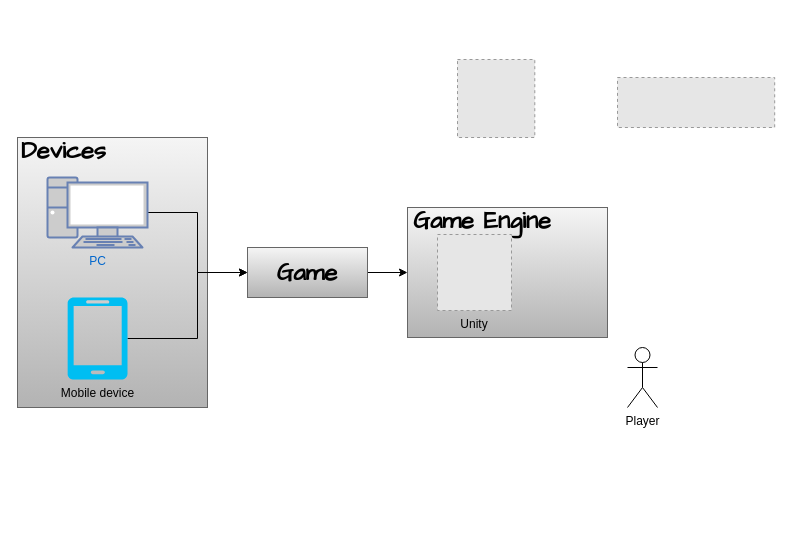
Above: flowchart.drawio in shitanshiwoerzi/test (draw.io), before the change. Source tidied: cells renumbered, new cells numbered last; positions are measured from the earlier drawing's top-left corner, leaving out a move shared by most shapes. Both pictures are drawn from the tidied source at 100%, with x=0, y=0 at pixel (17, 59). Pictures stored in the file or linked from it are replaced by grey dashed boxes.
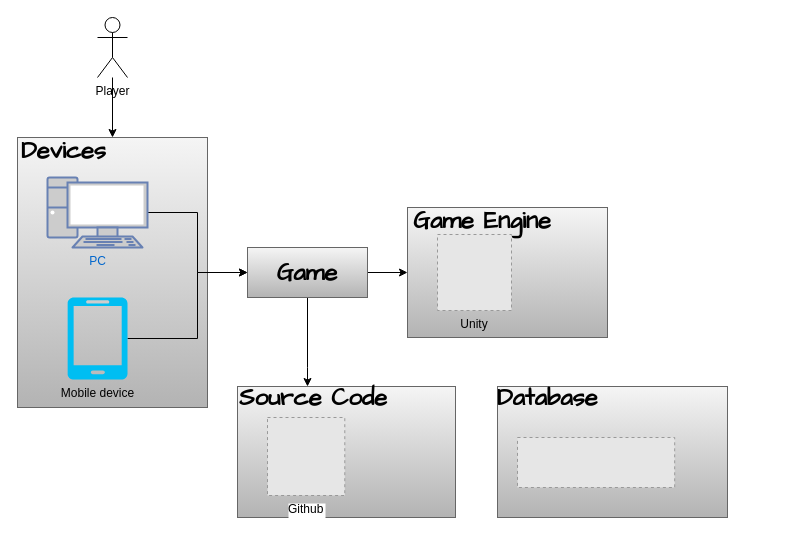
After the change.

The change refers to these unchanged cells:
```xml
<mxCell id="2" value="&lt;h1&gt;&lt;br&gt;&lt;/h1&gt;" style="rounded=0;whiteSpace=wrap;html=1;align=left;fillColor=#f5f5f5;strokeColor=#666666;gradientColor=#b3b3b3;" parent="1" vertex="1">
  <mxGeometry y="78" width="190" height="270" as="geometry" />
</mxCell>
<mxCell id="16" value="&lt;h1&gt;&lt;font face=&quot;Comic Sans MS&quot;&gt;Game&lt;/font&gt;&lt;/h1&gt;" style="rounded=0;whiteSpace=wrap;html=1;align=center;fillColor=#f5f5f5;strokeColor=#666666;gradientColor=#b3b3b3;" parent="1" vertex="1">
  <mxGeometry x="230" y="188" width="120" height="50" as="geometry" />
</mxCell>
```

What changed in the source:
```diff
@@
+    <mxCell id="17" value="&lt;h1&gt;&lt;br&gt;&lt;/h1&gt;" style="rounded=0;whiteSpace=wrap;html=1;align=left;fillColor=#f5f5f5;strokeColor=#666666;gradientColor=#b3b3b3;" parent="1" vertex="1">
+      <mxGeometry x="480" y="327" width="230" height="131" as="geometry" />
+    </mxCell>
@@
+    <mxCell id="18" style="edgeStyle=orthogonalEdgeStyle;rounded=0;jettySize=auto;html=1;" parent="1" edge="1" source="3" target="2">
+      <mxGeometry relative="1" as="geometry" />
+    </mxCell>
     <mxCell id="3" value="Player" style="shape=umlActor;verticalLabelPosition=bottom;verticalAlign=top;html=1;outlineConnect=0;" parent="1" vertex="1">
-      <mxGeometry x="610" y="288" width="30" height="60" as="geometry" />
+      <mxGeometry x="80" y="-42" width="30" height="60" as="geometry" />
     </mxCell>
-    <mxCell id="4" style="fillColor=#E6E6E6;strokeColor=#999999;dashed=1;verticalLabelPosition=bottom;labelBackgroundColor=#ffffff;verticalAlign=top;" parent="1" vertex="1">
-      <mxGeometry x="440" width="77.3" height="78" as="geometry" />
-    </mxCell>
     <mxCell id="5" style="fillColor=#E6E6E6;strokeColor=#999999;dashed=1;verticalLabelPosition=bottom;labelBackgroundColor=#ffffff;verticalAlign=top;" parent="1" vertex="1">
-      <mxGeometry x="600" y="18" width="157.2" height="50" as="geometry" />
+      <mxGeometry x="500" y="378" width="157.2" height="50" as="geometry" />
     </mxCell>
@@
+    <mxCell id="19" style="edgeStyle=orthogonalEdgeStyle;rounded=0;jettySize=auto;html=1;" parent="1" edge="1" source="16" target="21">
+      <mxGeometry relative="1" as="geometry">
+        <Array as="points">
+          <mxPoint x="290" y="308" />
+          <mxPoint x="290" y="308" />
+        </Array>
+      </mxGeometry>
+    </mxCell>
@@
+    <mxCell id="20" style="group;" parent="1" vertex="1">
+      <mxGeometry x="220" y="327" width="218" height="131" as="geometry" />
+    </mxCell>
+    <mxCell id="21" value="&lt;h1&gt;&lt;br&gt;&lt;/h1&gt;" style="rounded=0;whiteSpace=wrap;html=1;align=center;fillColor=#f5f5f5;strokeColor=#666666;gradientColor=#b3b3b3;" parent="20" vertex="1">
+      <mxGeometry width="218" height="131" as="geometry" />
+    </mxCell>
+    <mxCell id="4" value="Github" style="fillColor=#E6E6E6;strokeColor=#999999;dashed=1;verticalLabelPosition=bottom;labelBackgroundColor=#ffffff;verticalAlign=top;" parent="20" vertex="1">
+      <mxGeometry x="30" y="31" width="77.3" height="78" as="geometry" />
+    </mxCell>
+    <mxCell id="22" value="&lt;h1&gt;&lt;font face=&quot;Comic Sans MS&quot;&gt;Source Code&lt;/font&gt;&lt;/h1&gt;" style="text;html=1;strokeColor=none;fillColor=none;align=left;verticalAlign=middle;whiteSpace=wrap;rounded=0;" parent="20" vertex="1">
+      <mxGeometry y="1" width="170" height="20" as="geometry" />
+    </mxCell>
+    <mxCell id="23" value="&lt;h1&gt;&lt;font face=&quot;Comic Sans MS&quot;&gt;Database&lt;/font&gt;&lt;/h1&gt;" style="text;html=1;strokeColor=none;fillColor=none;align=left;verticalAlign=middle;whiteSpace=wrap;rounded=0;" parent="1" vertex="1">
+      <mxGeometry x="478" y="328" width="170" height="20" as="geometry" />
+    </mxCell>
```
